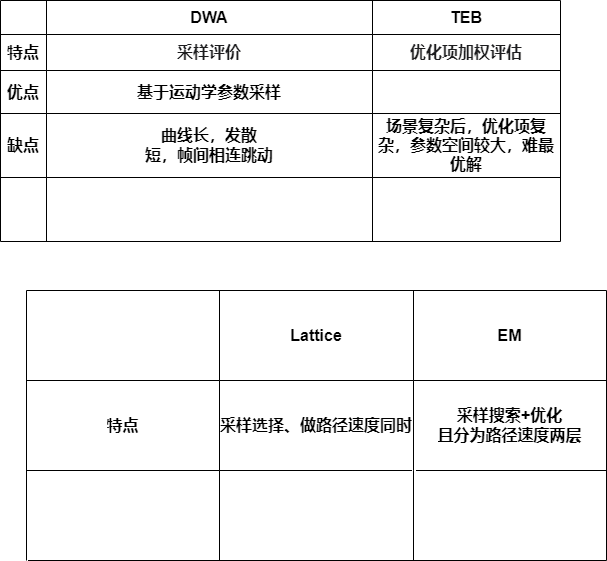
Earlier version of the draw.io export fisrst.drawio.png (JonHarold/MAPF). Source tidied: cells renumbered, new cells last; positions are measured from the earlier drawing's top-left corner, leaving out a move shared by most shapes.
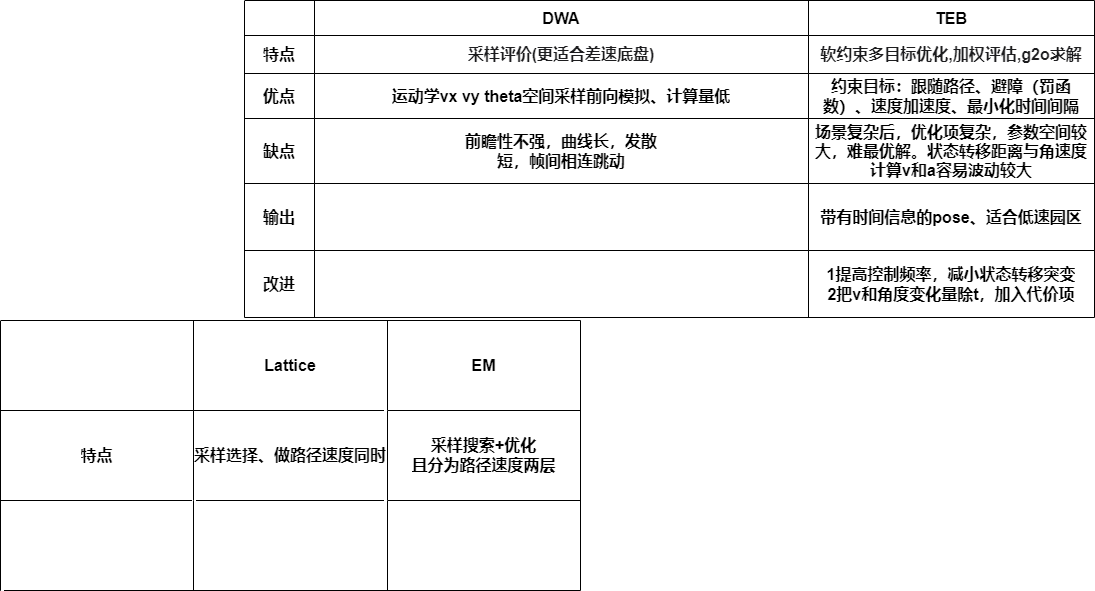
The same file after the commit.

The edit, as a diff of the source:
```diff
@@ -3,68 +3,80 @@
     <mxCell id="0" />
     <mxCell id="1" parent="0" />
     <mxCell id="2" style="shape=table;startSize=0;fontSize=16;fontStyle=1;" parent="1" vertex="1">
-      <mxGeometry width="560" height="241" as="geometry" />
+      <mxGeometry x="270" y="-30" width="850" height="317" as="geometry" />
     </mxCell>
     <mxCell id="3" style="shape=tableRow;horizontal=0;startSize=0;swimlaneHead=0;swimlaneBody=0;top=0;left=0;bottom=0;right=0;fillColor=none;fontSize=16;fontStyle=1;" parent="2" vertex="1">
-      <mxGeometry width="560" height="34" as="geometry" />
+      <mxGeometry width="850" height="35" as="geometry" />
     </mxCell>
     <mxCell id="4" style="shape=partialRectangle;html=1;whiteSpace=wrap;overflow=hidden;fillColor=none;top=0;left=0;bottom=0;right=0;fontSize=16;fontStyle=1;" parent="3" vertex="1">
-      <mxGeometry width="46" height="34" as="geometry" />
+      <mxGeometry width="70" height="35" as="geometry" />
     </mxCell>
     <mxCell id="5" value="DWA" style="shape=partialRectangle;html=1;whiteSpace=wrap;overflow=hidden;fillColor=none;top=0;left=0;bottom=0;right=0;fontSize=16;fontStyle=1;" parent="3" vertex="1">
-      <mxGeometry x="46" width="326" height="34" as="geometry" />
+      <mxGeometry x="70" width="494" height="35" as="geometry" />
     </mxCell>
     <mxCell id="6" value="TEB" style="shape=partialRectangle;html=1;whiteSpace=wrap;overflow=hidden;fillColor=none;top=0;left=0;bottom=0;right=0;fontSize=16;fontStyle=1;" parent="3" vertex="1">
-      <mxGeometry x="372" width="188" height="34" as="geometry" />
+      <mxGeometry x="564" width="286" height="35" as="geometry" />
     </mxCell>
     <mxCell id="7" style="shape=tableRow;horizontal=0;startSize=0;swimlaneHead=0;swimlaneBody=0;top=0;left=0;bottom=0;right=0;fillColor=none;fontSize=16;fontStyle=1;" parent="2" vertex="1">
-      <mxGeometry y="34" width="560" height="36" as="geometry" />
+      <mxGeometry y="35" width="850" height="38" as="geometry" />
     </mxCell>
     <mxCell id="8" value="特点" style="shape=partialRectangle;html=1;whiteSpace=wrap;overflow=hidden;fillColor=none;top=0;left=0;bottom=0;right=0;fontSize=16;fontStyle=1;" parent="7" vertex="1">
-      <mxGeometry width="46" height="36" as="geometry" />
+      <mxGeometry width="70" height="38" as="geometry" />
     </mxCell>
-    <mxCell id="9" value="&lt;span style=&quot;color: rgb(29, 29, 31); font-family: SourceSansPro, -apple-system, &amp;quot;PingFang SC&amp;quot;, &amp;quot;Apple Color Emoji&amp;quot;, BlinkMacSystemFont, Helvetica, Arial, &amp;quot;Segoe UI Emoji&amp;quot;, &amp;quot;Segoe UI Symbol&amp;quot;, &amp;quot;Microsoft YaHei&amp;quot;, 微软雅黑, 黑体, Heiti, sans-serif, SimSun, 宋体, serif; font-size: 16px; text-align: start; background-color: rgb(255, 255, 255);&quot;&gt;采样评价&lt;/span&gt;" style="shape=partialRectangle;html=1;whiteSpace=wrap;overflow=hidden;fillColor=none;top=0;left=0;bottom=0;right=0;fontSize=16;fontStyle=1;" parent="7" vertex="1">
-      <mxGeometry x="46" width="326" height="36" as="geometry" />
+    <mxCell id="9" value="&lt;span style=&quot;color: rgb(29, 29, 31); font-family: SourceSansPro, -apple-system, &amp;quot;PingFang SC&amp;quot;, &amp;quot;Apple Color Emoji&amp;quot;, BlinkMacSystemFont, Helvetica, Arial, &amp;quot;Segoe UI Emoji&amp;quot;, &amp;quot;Segoe UI Symbol&amp;quot;, &amp;quot;Microsoft YaHei&amp;quot;, 微软雅黑, 黑体, Heiti, sans-serif, SimSun, 宋体, serif; font-size: 16px; text-align: start; background-color: rgb(255, 255, 255);&quot;&gt;采样评价(更适合差速底盘)&lt;/span&gt;" style="shape=partialRectangle;html=1;whiteSpace=wrap;overflow=hidden;fillColor=none;top=0;left=0;bottom=0;right=0;fontSize=16;fontStyle=1;" parent="7" vertex="1">
+      <mxGeometry x="70" width="494" height="38" as="geometry" />
     </mxCell>
-    <mxCell id="10" value="&lt;span style=&quot;color: rgb(29, 29, 31); font-family: SourceSansPro, -apple-system, &amp;quot;PingFang SC&amp;quot;, &amp;quot;Apple Color Emoji&amp;quot;, BlinkMacSystemFont, Helvetica, Arial, &amp;quot;Segoe UI Emoji&amp;quot;, &amp;quot;Segoe UI Symbol&amp;quot;, &amp;quot;Microsoft YaHei&amp;quot;, 微软雅黑, 黑体, Heiti, sans-serif, SimSun, 宋体, serif; font-size: 16px; text-align: start; background-color: rgb(255, 255, 255);&quot;&gt;优化项加权评估&lt;/span&gt;" style="shape=partialRectangle;html=1;whiteSpace=wrap;overflow=hidden;fillColor=none;top=0;left=0;bottom=0;right=0;fontSize=16;fontStyle=1;" parent="7" vertex="1">
-      <mxGeometry x="372" width="188" height="36" as="geometry" />
+    <mxCell id="10" value="&lt;span style=&quot;color: rgb(29, 29, 31); font-family: SourceSansPro, -apple-system, &amp;quot;PingFang SC&amp;quot;, &amp;quot;Apple Color Emoji&amp;quot;, BlinkMacSystemFont, Helvetica, Arial, &amp;quot;Segoe UI Emoji&amp;quot;, &amp;quot;Segoe UI Symbol&amp;quot;, &amp;quot;Microsoft YaHei&amp;quot;, 微软雅黑, 黑体, Heiti, sans-serif, SimSun, 宋体, serif; font-size: 16px; text-align: start; background-color: rgb(255, 255, 255);&quot;&gt;软约束多目标优化,加权评估,g2o求解&lt;/span&gt;" style="shape=partialRectangle;html=1;whiteSpace=wrap;overflow=hidden;fillColor=none;top=0;left=0;bottom=0;right=0;fontSize=16;fontStyle=1;" parent="7" vertex="1">
+      <mxGeometry x="564" width="286" height="38" as="geometry" />
     </mxCell>
     <mxCell id="11" style="shape=tableRow;horizontal=0;startSize=0;swimlaneHead=0;swimlaneBody=0;top=0;left=0;bottom=0;right=0;fillColor=none;fontSize=16;fontStyle=1;" parent="2" vertex="1">
-      <mxGeometry y="70" width="560" height="43" as="geometry" />
+      <mxGeometry y="73" width="850" height="45" as="geometry" />
     </mxCell>
     <mxCell id="12" value="优点" style="shape=partialRectangle;html=1;whiteSpace=wrap;overflow=hidden;fillColor=none;top=0;left=0;bottom=0;right=0;fontSize=16;fontStyle=1;" parent="11" vertex="1">
-      <mxGeometry width="46" height="43" as="geometry" />
+      <mxGeometry width="70" height="45" as="geometry" />
     </mxCell>
-    <mxCell id="13" value="基于运动学参数采样" style="shape=partialRectangle;html=1;whiteSpace=wrap;overflow=hidden;fillColor=none;top=0;left=0;bottom=0;right=0;fontSize=16;fontStyle=1;" parent="11" vertex="1">
-      <mxGeometry x="46" width="326" height="43" as="geometry" />
+    <mxCell id="13" value="运动学vx vy theta空间采样前向模拟、计算量低" style="shape=partialRectangle;html=1;whiteSpace=wrap;overflow=hidden;fillColor=none;top=0;left=0;bottom=0;right=0;fontSize=16;fontStyle=1;" parent="11" vertex="1">
+      <mxGeometry x="70" width="494" height="45" as="geometry" />
     </mxCell>
-    <mxCell id="14" style="shape=partialRectangle;html=1;whiteSpace=wrap;overflow=hidden;fillColor=none;top=0;left=0;bottom=0;right=0;fontSize=16;fontStyle=1;" parent="11" vertex="1">
-      <mxGeometry x="372" width="188" height="43" as="geometry" />
+    <mxCell id="14" value="约束目标：跟随路径、避障（罚函数）、速度加速度、最小化时间间隔" style="shape=partialRectangle;html=1;whiteSpace=wrap;overflow=hidden;fillColor=none;top=0;left=0;bottom=0;right=0;fontSize=16;fontStyle=1;" parent="11" vertex="1">
+      <mxGeometry x="564" width="286" height="45" as="geometry" />
     </mxCell>
     <mxCell id="15" style="shape=tableRow;horizontal=0;startSize=0;swimlaneHead=0;swimlaneBody=0;top=0;left=0;bottom=0;right=0;fillColor=none;fontSize=16;fontStyle=1;" parent="2" vertex="1">
-      <mxGeometry y="113" width="560" height="64" as="geometry" />
+      <mxGeometry y="118" width="850" height="65" as="geometry" />
     </mxCell>
     <mxCell id="16" value="缺点" style="shape=partialRectangle;html=1;whiteSpace=wrap;overflow=hidden;fillColor=none;top=0;left=0;bottom=0;right=0;fontSize=16;fontStyle=1;" parent="15" vertex="1">
-      <mxGeometry width="46" height="64" as="geometry" />
+      <mxGeometry width="70" height="65" as="geometry" />
     </mxCell>
-    <mxCell id="17" value="曲线长，发散&lt;br style=&quot;font-size: 16px;&quot;&gt;短，帧间相连跳动" style="shape=partialRectangle;html=1;whiteSpace=wrap;overflow=hidden;fillColor=none;top=0;left=0;bottom=0;right=0;fontSize=16;fontStyle=1;" parent="15" vertex="1">
-      <mxGeometry x="46" width="326" height="64" as="geometry" />
+    <mxCell id="17" value="前瞻性不强，曲线长，发散&lt;br style=&quot;font-size: 16px;&quot;&gt;短，帧间相连跳动" style="shape=partialRectangle;html=1;whiteSpace=wrap;overflow=hidden;fillColor=none;top=0;left=0;bottom=0;right=0;fontSize=16;fontStyle=1;" parent="15" vertex="1">
+      <mxGeometry x="70" width="494" height="65" as="geometry" />
     </mxCell>
-    <mxCell id="18" value="场景复杂后，优化项复杂，参数空间较大，难最优解" style="shape=partialRectangle;html=1;whiteSpace=wrap;overflow=hidden;fillColor=none;top=0;left=0;bottom=0;right=0;fontSize=16;fontStyle=1;" parent="15" vertex="1">
-      <mxGeometry x="372" width="188" height="64" as="geometry" />
+    <mxCell id="18" value="场景复杂后，优化项复杂，参数空间较大，难最优解。状态转移距离与角速度计算v和a容易波动较大" style="shape=partialRectangle;html=1;whiteSpace=wrap;overflow=hidden;fillColor=none;top=0;left=0;bottom=0;right=0;fontSize=16;fontStyle=1;" parent="15" vertex="1">
+      <mxGeometry x="564" width="286" height="65" as="geometry" />
     </mxCell>
     <mxCell id="19" style="shape=tableRow;horizontal=0;startSize=0;swimlaneHead=0;swimlaneBody=0;top=0;left=0;bottom=0;right=0;fillColor=none;fontSize=16;fontStyle=1;" parent="2" vertex="1">
-      <mxGeometry y="177" width="560" height="64" as="geometry" />
+      <mxGeometry y="183" width="850" height="67" as="geometry" />
     </mxCell>
-    <mxCell id="20" style="shape=partialRectangle;html=1;whiteSpace=wrap;overflow=hidden;fillColor=none;top=0;left=0;bottom=0;right=0;fontSize=16;fontStyle=1;" parent="19" vertex="1">
-      <mxGeometry width="46" height="64" as="geometry" />
+    <mxCell id="20" value="输出" style="shape=partialRectangle;html=1;whiteSpace=wrap;overflow=hidden;fillColor=none;top=0;left=0;bottom=0;right=0;fontSize=16;fontStyle=1;" parent="19" vertex="1">
+      <mxGeometry width="70" height="67" as="geometry" />
     </mxCell>
     <mxCell id="21" style="shape=partialRectangle;html=1;whiteSpace=wrap;overflow=hidden;fillColor=none;top=0;left=0;bottom=0;right=0;fontSize=16;fontStyle=1;" parent="19" vertex="1">
-      <mxGeometry x="46" width="326" height="64" as="geometry" />
+      <mxGeometry x="70" width="494" height="67" as="geometry" />
     </mxCell>
-    <mxCell id="22" style="shape=partialRectangle;html=1;whiteSpace=wrap;overflow=hidden;fillColor=none;top=0;left=0;bottom=0;right=0;fontSize=16;fontStyle=1;" parent="19" vertex="1">
-      <mxGeometry x="372" width="188" height="64" as="geometry" />
+    <mxCell id="22" value="带有时间信息的pose、适合低速园区" style="shape=partialRectangle;html=1;whiteSpace=wrap;overflow=hidden;fillColor=none;top=0;left=0;bottom=0;right=0;fontSize=16;fontStyle=1;" parent="19" vertex="1">
+      <mxGeometry x="564" width="286" height="67" as="geometry" />
     </mxCell>
+    <mxCell id="36" style="shape=tableRow;horizontal=0;startSize=0;swimlaneHead=0;swimlaneBody=0;top=0;left=0;bottom=0;right=0;fillColor=none;fontSize=16;fontStyle=1;" parent="2" vertex="1">
+      <mxGeometry y="250" width="850" height="67" as="geometry" />
+    </mxCell>
+    <mxCell id="37" value="改进" style="shape=partialRectangle;html=1;whiteSpace=wrap;overflow=hidden;fillColor=none;top=0;left=0;bottom=0;right=0;fontSize=16;fontStyle=1;" parent="36" vertex="1">
+      <mxGeometry width="70" height="67" as="geometry" />
+    </mxCell>
+    <mxCell id="38" style="shape=partialRectangle;html=1;whiteSpace=wrap;overflow=hidden;fillColor=none;top=0;left=0;bottom=0;right=0;fontSize=16;fontStyle=1;" parent="36" vertex="1">
+      <mxGeometry x="70" width="494" height="67" as="geometry" />
+    </mxCell>
+    <mxCell id="39" value="1提高控制频率，减小状态转移突变&lt;br&gt;2把v和角度变化量除t，加入代价项" style="shape=partialRectangle;html=1;whiteSpace=wrap;overflow=hidden;fillColor=none;top=0;left=0;bottom=0;right=0;fontSize=16;fontStyle=1;" parent="36" vertex="1">
+      <mxGeometry x="564" width="286" height="67" as="geometry" />
+    </mxCell>
     <mxCell id="23" style="shape=table;startSize=0;fontSize=16;fontStyle=1;" parent="1" vertex="1">
       <mxGeometry x="26" y="290" width="580" height="270" as="geometry" />
     </mxCell>
```
